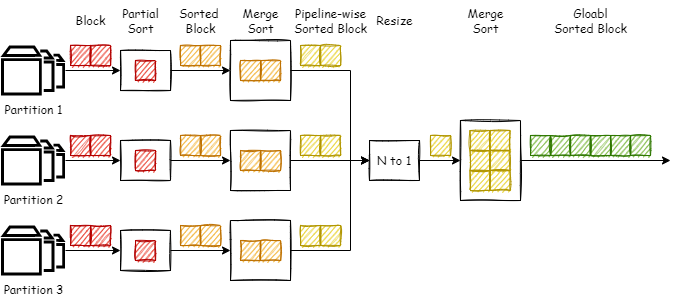
Above: blog/images/databend-sort-optimization/old-pipeline.png in RinChanNOWWW/jsdelivrp-cdn (draw.io), before the change. Source tidied: cells renumbered, new cells last; positions are measured from the earlier drawing's top-left corner, leaving out a move shared by most shapes.
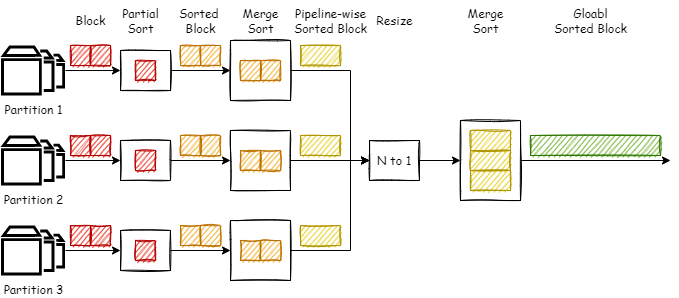
After the commit.

The edit, as a diff of the source:
```diff
@@ -133,11 +133,8 @@
       <mxGeometry x="364" y="5" width="60" height="30" as="geometry" />
     </mxCell>
     <mxCell id="42" style="rounded=0;whiteSpace=wrap;html=1;shadow=0;sketch=1;strokeColor=#B09500;strokeWidth=1;fontFamily=Comic Sans MS;fillColor=#e3c800;fontColor=#000000;" parent="1" vertex="1">
-      <mxGeometry x="300" y="45" width="20" height="20" as="geometry" />
+      <mxGeometry x="300" y="45" width="40" height="20" as="geometry" />
     </mxCell>
-    <mxCell id="43" style="rounded=0;whiteSpace=wrap;html=1;shadow=0;sketch=1;strokeColor=#B09500;strokeWidth=1;fontFamily=Comic Sans MS;fillColor=#e3c800;fontColor=#000000;" parent="1" vertex="1">
-      <mxGeometry x="320" y="45" width="20" height="20" as="geometry" />
-    </mxCell>
     <mxCell id="44" style="edgeStyle=orthogonalEdgeStyle;rounded=0;jettySize=auto;html=1;exitX=1;exitY=0.5;exitDx=0;exitDy=0;fontFamily=Comic Sans MS;" parent="1" edge="1" source="45">
       <mxGeometry relative="1" as="geometry">
         <mxPoint x="670" y="160" as="targetPoint" />
@@ -159,44 +156,14 @@
       <mxGeometry x="230" y="130" width="60" height="60" as="geometry" />
     </mxCell>
     <mxCell id="50" style="rounded=0;whiteSpace=wrap;html=1;shadow=0;sketch=1;strokeColor=#B09500;strokeWidth=1;fontFamily=Comic Sans MS;fillColor=#e3c800;fontColor=#000000;" parent="1" vertex="1">
-      <mxGeometry x="300" y="135" width="20" height="20" as="geometry" />
+      <mxGeometry x="300" y="135" width="40" height="20" as="geometry" />
     </mxCell>
-    <mxCell id="51" style="rounded=0;whiteSpace=wrap;html=1;shadow=0;sketch=1;strokeColor=#B09500;strokeWidth=1;fontFamily=Comic Sans MS;fillColor=#e3c800;fontColor=#000000;" parent="1" vertex="1">
-      <mxGeometry x="320" y="135" width="20" height="20" as="geometry" />
-    </mxCell>
     <mxCell id="52" style="rounded=0;whiteSpace=wrap;html=1;shadow=0;sketch=1;strokeColor=#B09500;strokeWidth=1;fontFamily=Comic Sans MS;fillColor=#e3c800;fontColor=#000000;" parent="1" vertex="1">
-      <mxGeometry x="300" y="225" width="20" height="20" as="geometry" />
+      <mxGeometry x="300" y="225" width="40" height="20" as="geometry" />
     </mxCell>
-    <mxCell id="53" style="rounded=0;whiteSpace=wrap;html=1;shadow=0;sketch=1;strokeColor=#B09500;strokeWidth=1;fontFamily=Comic Sans MS;fillColor=#e3c800;fontColor=#000000;" parent="1" vertex="1">
-      <mxGeometry x="320" y="225" width="20" height="20" as="geometry" />
-    </mxCell>
-    <mxCell id="54" style="rounded=0;whiteSpace=wrap;html=1;shadow=0;sketch=1;strokeColor=#B09500;strokeWidth=1;fontFamily=Comic Sans MS;fillColor=#e3c800;fontColor=#000000;" parent="1" vertex="1">
-      <mxGeometry x="430" y="135" width="20" height="20" as="geometry" />
-    </mxCell>
-    <mxCell id="55" style="rounded=0;whiteSpace=wrap;html=1;shadow=0;sketch=1;strokeColor=#B09500;strokeWidth=1;fontFamily=Comic Sans MS;fillColor=#e3c800;fontColor=#000000;" parent="1" vertex="1">
-      <mxGeometry x="469.5" y="130" width="20" height="20" as="geometry" />
-    </mxCell>
-    <mxCell id="56" style="rounded=0;whiteSpace=wrap;html=1;shadow=0;sketch=1;strokeColor=#B09500;strokeWidth=1;fontFamily=Comic Sans MS;fillColor=#e3c800;fontColor=#000000;" parent="1" vertex="1">
-      <mxGeometry x="489.5" y="130" width="20" height="20" as="geometry" />
-    </mxCell>
-    <mxCell id="57" style="rounded=0;whiteSpace=wrap;html=1;shadow=0;sketch=1;strokeColor=#B09500;strokeWidth=1;fontFamily=Comic Sans MS;fillColor=#e3c800;fontColor=#000000;" parent="1" vertex="1">
-      <mxGeometry x="489.5" y="150" width="20" height="20" as="geometry" />
-    </mxCell>
-    <mxCell id="58" style="rounded=0;whiteSpace=wrap;html=1;shadow=0;sketch=1;strokeColor=#B09500;strokeWidth=1;fontFamily=Comic Sans MS;fillColor=#e3c800;fontColor=#000000;" parent="1" vertex="1">
-      <mxGeometry x="469.5" y="150" width="20" height="20" as="geometry" />
-    </mxCell>
-    <mxCell id="59" style="rounded=0;whiteSpace=wrap;html=1;shadow=0;sketch=1;strokeColor=#2D7600;strokeWidth=1;fontFamily=Comic Sans MS;fillColor=#60a917;fontColor=#ffffff;" parent="1" vertex="1">
-      <mxGeometry x="570" y="135" width="20" height="20" as="geometry" />
-    </mxCell>
-    <mxCell id="60" style="rounded=0;whiteSpace=wrap;html=1;shadow=0;sketch=1;strokeColor=#2D7600;strokeWidth=1;fontFamily=Comic Sans MS;fillColor=#60a917;fontColor=#ffffff;" parent="1" vertex="1">
-      <mxGeometry x="590" y="135" width="20" height="20" as="geometry" />
-    </mxCell>
     <mxCell id="61" value="Gloabl&lt;br&gt;Sorted Block" style="text;html=1;align=center;verticalAlign=middle;strokeColor=none;fillColor=none;fontFamily=Comic Sans MS;" parent="1" vertex="1">
       <mxGeometry x="540" width="100" height="40" as="geometry" />
     </mxCell>
-    <mxCell id="62" style="rounded=0;whiteSpace=wrap;html=1;shadow=0;sketch=1;strokeColor=#2D7600;strokeWidth=1;fontFamily=Comic Sans MS;fillColor=#60a917;fontColor=#ffffff;" parent="1" vertex="1">
-      <mxGeometry x="610" y="135" width="20" height="20" as="geometry" />
-    </mxCell>
     <mxCell id="63" style="rounded=0;whiteSpace=wrap;html=1;shadow=0;sketch=1;strokeColor=#BD7000;strokeWidth=1;fontFamily=Comic Sans MS;fillColor=#f0a30a;fontColor=#000000;" parent="1" vertex="1">
       <mxGeometry x="180" y="45" width="20" height="20" as="geometry" />
     </mxCell>
@@ -209,20 +176,17 @@
     <mxCell id="66" style="rounded=0;whiteSpace=wrap;html=1;shadow=0;sketch=1;strokeColor=#B20000;strokeWidth=1;fontFamily=Comic Sans MS;fillColor=#e51400;fontColor=#ffffff;" parent="1" vertex="1">
       <mxGeometry x="90" y="225" width="20" height="20" as="geometry" />
     </mxCell>
-    <mxCell id="67" style="rounded=0;whiteSpace=wrap;html=1;shadow=0;sketch=1;strokeColor=#B09500;strokeWidth=1;fontFamily=Comic Sans MS;fillColor=#e3c800;fontColor=#000000;" parent="1" vertex="1">
-      <mxGeometry x="489.5" y="170" width="20" height="20" as="geometry" />
-    </mxCell>
-    <mxCell id="68" style="rounded=0;whiteSpace=wrap;html=1;shadow=0;sketch=1;strokeColor=#B09500;strokeWidth=1;fontFamily=Comic Sans MS;fillColor=#e3c800;fontColor=#000000;" parent="1" vertex="1">
-      <mxGeometry x="469.5" y="170" width="20" height="20" as="geometry" />
-    </mxCell>
-    <mxCell id="69" style="rounded=0;whiteSpace=wrap;html=1;shadow=0;sketch=1;strokeColor=#2D7600;strokeWidth=1;fontFamily=Comic Sans MS;fillColor=#60a917;fontColor=#ffffff;" parent="1" vertex="1">
-      <mxGeometry x="630" y="135" width="20" height="20" as="geometry" />
-    </mxCell>
-    <mxCell id="70" style="rounded=0;whiteSpace=wrap;html=1;shadow=0;sketch=1;strokeColor=#2D7600;strokeWidth=1;fontFamily=Comic Sans MS;fillColor=#60a917;fontColor=#ffffff;" parent="1" vertex="1">
-      <mxGeometry x="550" y="135" width="20" height="20" as="geometry" />
-    </mxCell>
     <mxCell id="71" style="rounded=0;whiteSpace=wrap;html=1;shadow=0;sketch=1;strokeColor=#2D7600;strokeWidth=1;fontFamily=Comic Sans MS;fillColor=#60a917;fontColor=#ffffff;" parent="1" vertex="1">
-      <mxGeometry x="530" y="135" width="20" height="20" as="geometry" />
+      <mxGeometry x="530" y="135" width="130" height="20" as="geometry" />
     </mxCell>
+    <mxCell id="72" style="rounded=0;whiteSpace=wrap;html=1;shadow=0;sketch=1;strokeColor=#B09500;strokeWidth=1;fontFamily=Comic Sans MS;fillColor=#e3c800;fontColor=#000000;" parent="1" vertex="1">
+      <mxGeometry x="470" y="130" width="40" height="20" as="geometry" />
+    </mxCell>
+    <mxCell id="73" style="rounded=0;whiteSpace=wrap;html=1;shadow=0;sketch=1;strokeColor=#B09500;strokeWidth=1;fontFamily=Comic Sans MS;fillColor=#e3c800;fontColor=#000000;" parent="1" vertex="1">
+      <mxGeometry x="470" y="150" width="40" height="20" as="geometry" />
+    </mxCell>
+    <mxCell id="74" style="rounded=0;whiteSpace=wrap;html=1;shadow=0;sketch=1;strokeColor=#B09500;strokeWidth=1;fontFamily=Comic Sans MS;fillColor=#e3c800;fontColor=#000000;" parent="1" vertex="1">
+      <mxGeometry x="470" y="170" width="40" height="20" as="geometry" />
+    </mxCell>
   </root>
 </mxGraphModel>
```
